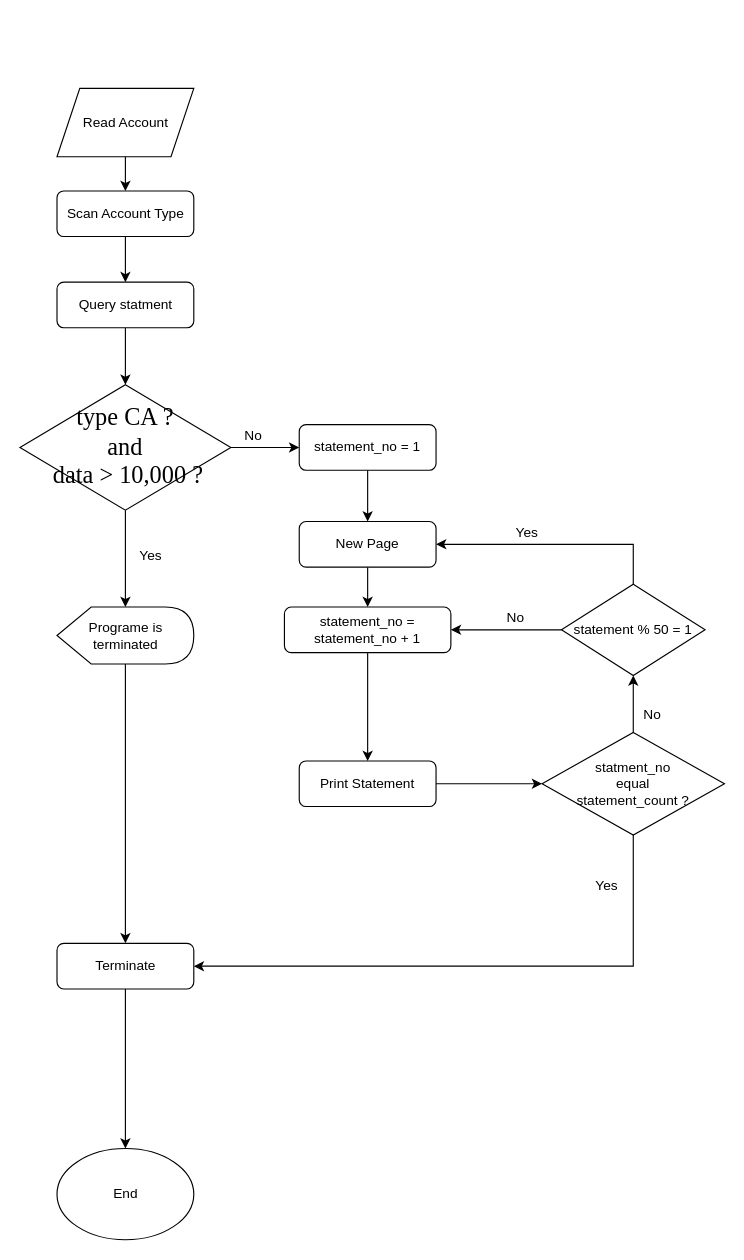
Before: Untitled Diagram.drawio in worapratmnd/commerce, a draw.io diagram. Source tidied: cells renumbered, new cells numbered last; positions are measured from the earlier drawing's top-left corner, leaving out a move shared by most shapes. Both pictures are drawn from the tidied source at 114%, with x=0, y=0 at pixel (19, 88).
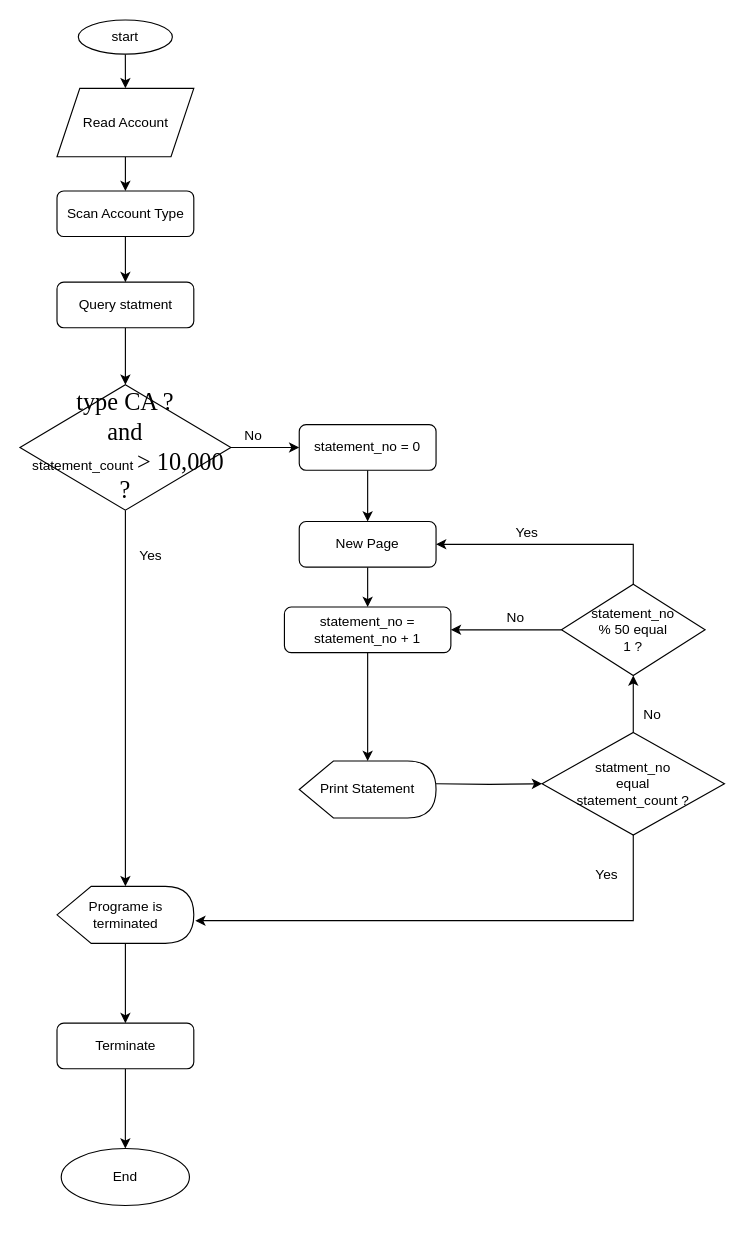
Above is the later version.

Unchanged cells that the change refers to:
```xml
<mxCell id="5" value="Read Account" style="shape=parallelogram;perimeter=parallelogramPerimeter;whiteSpace=wrap;html=1;fixedSize=1;" parent="1" vertex="1">
  <mxGeometry x="32.5" width="120" height="60" as="geometry" />
</mxCell>
<mxCell id="21" value="statment_no &lt;br&gt;equal &lt;br&gt;statement_count ?" style="rhombus;whiteSpace=wrap;html=1;" parent="1" vertex="1">
  <mxGeometry x="458" y="565" width="160" height="90" as="geometry" />
</mxCell>
<mxCell id="25" value="statement_no = statement_no + 1" style="rounded=1;whiteSpace=wrap;html=1;fontSize=12;glass=0;strokeWidth=1;shadow=0;" parent="1" vertex="1">
  <mxGeometry x="232" y="455" width="146" height="40" as="geometry" />
</mxCell>
```

The edit, as a diff of the source:
```diff
@@
     <mxCell id="9" value="End" style="ellipse;whiteSpace=wrap;html=1;" parent="1" vertex="1">
-      <mxGeometry x="32.5" y="930" width="120" height="80" as="geometry" />
+      <mxGeometry x="36.2" y="930" width="112.5" height="50" as="geometry" />
     </mxCell>
@@
-    <mxCell id="12" value="&lt;font face=&quot;angsanaupc, serif&quot;&gt;&lt;span style=&quot;font-size: 21.3333px&quot;&gt;type CA ?&lt;br&gt;and&lt;br&gt;&amp;nbsp;data &amp;gt; 10,000 ?&lt;/span&gt;&lt;/font&gt;" style="rhombus;whiteSpace=wrap;html=1;" parent="1" vertex="1">
+    <mxCell id="12" value="&lt;font face=&quot;angsanaupc, serif&quot;&gt;&lt;span style=&quot;font-size: 21.3333px&quot;&gt;type CA ?&lt;br&gt;and&lt;br&gt;&amp;nbsp;&lt;/span&gt;&lt;/font&gt;statement_count&amp;nbsp;&lt;font face=&quot;angsanaupc, serif&quot;&gt;&lt;span style=&quot;font-size: 21.3333px&quot;&gt;&amp;gt; 10,000 ?&lt;/span&gt;&lt;/font&gt;" style="rhombus;whiteSpace=wrap;html=1;" parent="1" vertex="1">
       <mxGeometry y="260" width="185" height="110" as="geometry" />
     </mxCell>
@@
     <mxCell id="14" value="Programe is terminated" style="shape=display;whiteSpace=wrap;html=1;" parent="1" vertex="1">
-      <mxGeometry x="32.5" y="455" width="120" height="50" as="geometry" />
+      <mxGeometry x="32.5" y="700" width="120" height="50" as="geometry" />
     </mxCell>
@@
     <mxCell id="16" value="Terminate" style="rounded=1;whiteSpace=wrap;html=1;fontSize=12;glass=0;strokeWidth=1;shadow=0;" parent="1" vertex="1">
-      <mxGeometry x="32.5" y="750" width="120" height="40" as="geometry" />
+      <mxGeometry x="32.5" y="820" width="120" height="40" as="geometry" />
     </mxCell>
@@
-    <mxCell id="20" style="edgeStyle=orthogonalEdgeStyle;rounded=0;jettySize=auto;html=1;entryX=1;entryY=0.5;entryDx=0;entryDy=0;exitX=0.5;exitY=1;exitDx=0;exitDy=0;" parent="1" edge="1" source="21" target="16">
-      <mxGeometry relative="1" as="geometry">
-        <Array as="points">
-          <mxPoint x="538" y="770" />
-        </Array>
-      </mxGeometry>
-    </mxCell>
+    <mxCell id="36" style="edgeStyle=orthogonalEdgeStyle;rounded=0;jettySize=auto;html=1;entryX=1.011;entryY=0.602;entryDx=0;entryDy=0;entryPerimeter=0;" parent="1" edge="1" source="21" target="14">
+      <mxGeometry relative="1" as="geometry">
+        <Array as="points">
+          <mxPoint x="538" y="730" />
+        </Array>
+      </mxGeometry>
+    </mxCell>
@@
-    <mxCell id="22" style="edgeStyle=orthogonalEdgeStyle;rounded=0;jettySize=auto;html=1;" parent="1" edge="1" source="23" target="21">
-      <mxGeometry relative="1" as="geometry" />
+    <mxCell id="22" style="edgeStyle=orthogonalEdgeStyle;rounded=0;jettySize=auto;html=1;" parent="1" edge="1" target="21">
+      <mxGeometry relative="1" as="geometry">
+        <mxPoint x="365" y="610" as="sourcePoint" />
+      </mxGeometry>
     </mxCell>
-    <mxCell id="23" value="Print Statement" style="rounded=1;whiteSpace=wrap;html=1;fontSize=12;glass=0;strokeWidth=1;shadow=0;" parent="1" vertex="1">
-      <mxGeometry x="245" y="590" width="120" height="40" as="geometry" />
-    </mxCell>
-    <mxCell id="24" style="edgeStyle=orthogonalEdgeStyle;rounded=0;jettySize=auto;html=1;" parent="1" edge="1" source="25" target="23">
-      <mxGeometry relative="1" as="geometry" />
+    <mxCell id="24" style="edgeStyle=orthogonalEdgeStyle;rounded=0;jettySize=auto;html=1;" parent="1" edge="1" source="25">
+      <mxGeometry relative="1" as="geometry">
+        <mxPoint x="305" y="590" as="targetPoint" />
+      </mxGeometry>
     </mxCell>
@@
-    <mxCell id="27" value="statement_no = 1" style="rounded=1;whiteSpace=wrap;html=1;fontSize=12;glass=0;strokeWidth=1;shadow=0;" parent="1" vertex="1">
+    <mxCell id="27" value="statement_no = 0" style="rounded=1;whiteSpace=wrap;html=1;fontSize=12;glass=0;strokeWidth=1;shadow=0;" parent="1" vertex="1">
       <mxGeometry x="245" y="295" width="120" height="40" as="geometry" />
     </mxCell>
@@
-    <mxCell id="31" value="statement % 50 = 1" style="rhombus;whiteSpace=wrap;html=1;" parent="1" vertex="1">
+    <mxCell id="31" value="statement_no &lt;br&gt;% 50 equal&lt;br&gt;1 ?" style="rhombus;whiteSpace=wrap;html=1;" parent="1" vertex="1">
       <mxGeometry x="475" y="435" width="126" height="80" as="geometry" />
     </mxCell>
@@
     <mxCell id="35" value="Yes" style="text;html=1;strokeColor=none;fillColor=none;align=center;verticalAlign=middle;whiteSpace=wrap;rounded=0;" parent="1" vertex="1">
-      <mxGeometry x="495" y="690" width="40" height="20" as="geometry" />
+      <mxGeometry x="495" y="680" width="40" height="20" as="geometry" />
     </mxCell>
+    <mxCell id="37" style="edgeStyle=orthogonalEdgeStyle;rounded=0;jettySize=auto;html=1;" parent="1" edge="1" source="38" target="5">
+      <mxGeometry relative="1" as="geometry" />
+    </mxCell>
+    <mxCell id="38" value="start" style="ellipse;whiteSpace=wrap;html=1;" parent="1" vertex="1">
+      <mxGeometry x="51.2" y="-60" width="82.5" height="30" as="geometry" />
+    </mxCell>
+    <mxCell id="23" value="Print Statement" style="shape=display;whiteSpace=wrap;html=1;" parent="1" vertex="1">
+      <mxGeometry x="245" y="590" width="120" height="50" as="geometry" />
+    </mxCell>
```
